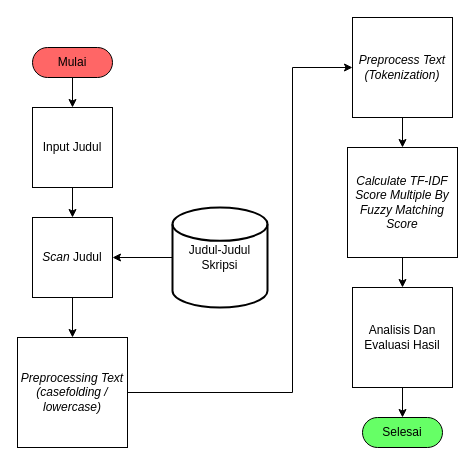
arif25-glitch/skripsi keeps this draw.io diagram as Paper/images/alur_penelitian.drawio. Above is the earlier version. Source tidied: cells renumbered, new cells numbered last; positions are measured from the earlier drawing's top-left corner, leaving out a move shared by most shapes. Both pictures are drawn from the tidied source at 100%, with x=0, y=0 at pixel (17, 17).
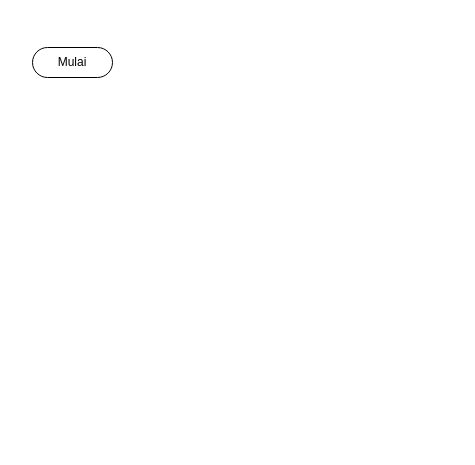
Above is the later version.

The edit, as a diff of the source:
```diff
@@
-    <mxCell id="2" style="edgeStyle=orthogonalEdgeStyle;rounded=0;jettySize=auto;html=1;" parent="1" edge="1" source="3" target="5">
-      <mxGeometry relative="1" as="geometry" />
-    </mxCell>
-    <mxCell id="3" value="Mulai" style="html=1;dashed=0;whiteSpace=wrap;shape=mxgraph.dfd.start;fillColor=#FF6666;" parent="1" vertex="1">
+    <mxCell id="3" value="Mulai" style="html=1;dashed=0;whiteSpace=wrap;shape=mxgraph.dfd.start;" parent="1" vertex="1">
       <mxGeometry x="15" y="30" width="80" height="30" as="geometry" />
     </mxCell>
-    <mxCell id="4" style="edgeStyle=orthogonalEdgeStyle;rounded=0;jettySize=auto;html=1;" parent="1" edge="1" source="5" target="7">
-      <mxGeometry relative="1" as="geometry" />
-    </mxCell>
-    <mxCell id="5" value="Input Judul" style="whiteSpace=wrap;html=1;" parent="1" vertex="1">
-      <mxGeometry x="15" y="90" width="80" height="80" as="geometry" />
-    </mxCell>
-    <mxCell id="6" style="edgeStyle=orthogonalEdgeStyle;rounded=0;jettySize=auto;html=1;" parent="1" edge="1" source="7" target="11">
-      <mxGeometry relative="1" as="geometry" />
-    </mxCell>
-    <mxCell id="7" value="&lt;i&gt;Scan &lt;/i&gt;Judul" style="whiteSpace=wrap;html=1;" parent="1" vertex="1">
-      <mxGeometry x="15" y="200" width="80" height="80" as="geometry" />
-    </mxCell>
-    <mxCell id="8" style="edgeStyle=orthogonalEdgeStyle;rounded=0;jettySize=auto;html=1;" parent="1" edge="1" source="9" target="7">
-      <mxGeometry relative="1" as="geometry" />
-    </mxCell>
-    <mxCell id="9" value="Judul-Judul Skripsi" style="strokeWidth=2;html=1;shape=mxgraph.flowchart.database;whiteSpace=wrap;" parent="1" vertex="1">
-      <mxGeometry x="155" y="190" width="95" height="100" as="geometry" />
-    </mxCell>
-    <mxCell id="10" style="edgeStyle=orthogonalEdgeStyle;rounded=0;jettySize=auto;html=1;entryX=0;entryY=0.5;entryDx=0;entryDy=0;" parent="1" edge="1" source="11" target="13">
-      <mxGeometry relative="1" as="geometry">
-        <Array as="points">
-          <mxPoint x="275" y="375" />
-          <mxPoint x="275" y="50" />
-        </Array>
-      </mxGeometry>
-    </mxCell>
-    <mxCell id="11" value="&lt;i&gt;Preprocessing Text (casefolding / lowercase)&lt;/i&gt;" style="whiteSpace=wrap;html=1;" parent="1" vertex="1">
-      <mxGeometry y="320" width="110" height="110" as="geometry" />
-    </mxCell>
-    <mxCell id="12" style="edgeStyle=orthogonalEdgeStyle;rounded=0;jettySize=auto;html=1;" parent="1" edge="1" source="13" target="15">
-      <mxGeometry relative="1" as="geometry" />
-    </mxCell>
-    <mxCell id="13" value="&lt;i&gt;Preprocess Text (Tokenization)&lt;/i&gt;" style="whiteSpace=wrap;html=1;" parent="1" vertex="1">
-      <mxGeometry x="335" width="100" height="100" as="geometry" />
-    </mxCell>
-    <mxCell id="14" style="edgeStyle=orthogonalEdgeStyle;rounded=0;jettySize=auto;html=1;" parent="1" edge="1" source="15" target="17">
-      <mxGeometry relative="1" as="geometry" />
-    </mxCell>
-    <mxCell id="15" value="&lt;i&gt;Calculate TF-IDF Score Multiple By Fuzzy Matching Score&lt;/i&gt;" style="whiteSpace=wrap;html=1;" parent="1" vertex="1">
-      <mxGeometry x="330" y="130" width="110" height="110" as="geometry" />
-    </mxCell>
-    <mxCell id="16" style="edgeStyle=orthogonalEdgeStyle;rounded=0;jettySize=auto;html=1;" parent="1" edge="1" source="17" target="18">
-      <mxGeometry relative="1" as="geometry" />
-    </mxCell>
-    <mxCell id="17" value="Analisis Dan Evaluasi Hasil" style="whiteSpace=wrap;html=1;" parent="1" vertex="1">
-      <mxGeometry x="335" y="270" width="100" height="100" as="geometry" />
-    </mxCell>
-    <mxCell id="18" value="Selesai" style="html=1;dashed=0;whiteSpace=wrap;shape=mxgraph.dfd.start;fillColor=#66FF66;" parent="1" vertex="1">
-      <mxGeometry x="345" y="400" width="80" height="30" as="geometry" />
-    </mxCell>
```
